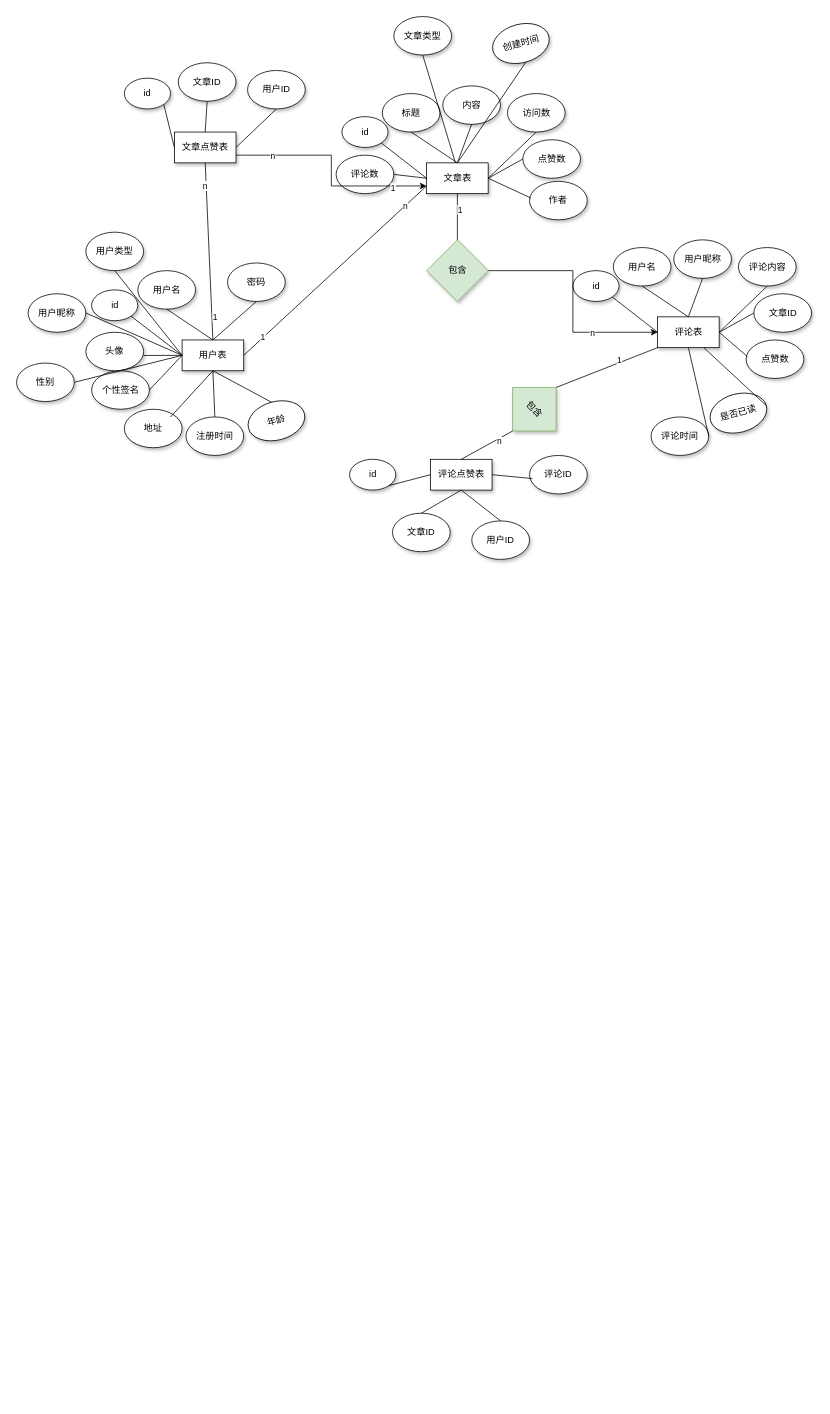
Earlier version of the draw.io diagram Untitled Diagram.drawio (luodr/fly). Source tidied: cells renumbered, new cells numbered last; positions are measured from the earlier drawing's top-left corner, leaving out a move shared by most shapes. Both pictures are drawn from the tidied source at 77%, with x=0, y=0 at pixel (16, 16).
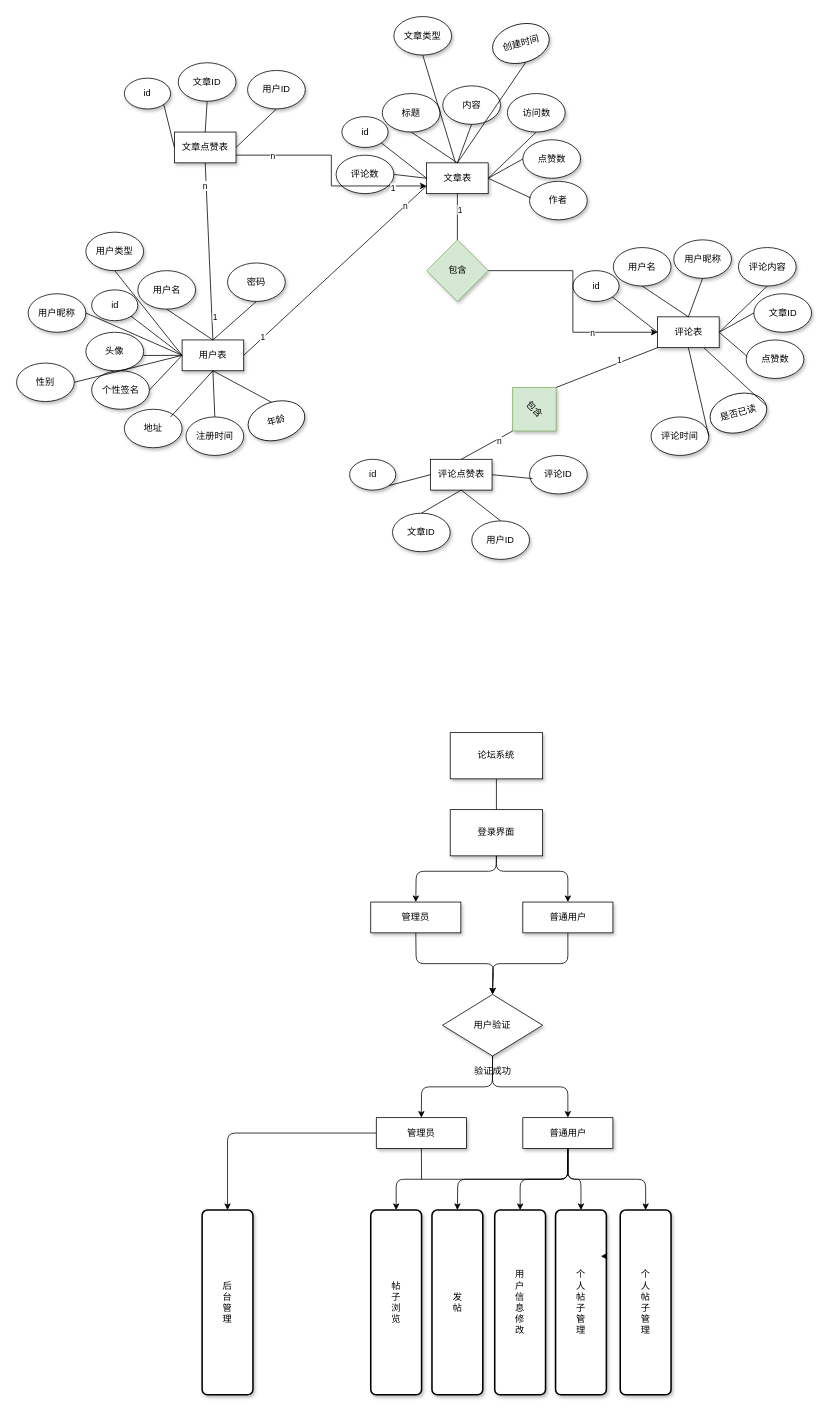
Above is the later version.

Diff of the diagram source:
```diff
@@
+    <mxCell id="96" value="论坛系统" style="rounded=0;whiteSpace=wrap;html=1;shadow=1;" parent="1" vertex="1">
+      <mxGeometry x="563.2" y="930" width="120" height="60" as="geometry" />
+    </mxCell>
+    <mxCell id="97" value="登录界面" style="rounded=0;whiteSpace=wrap;html=1;shadow=1;" parent="1" vertex="1">
+      <mxGeometry x="563.2" y="1030" width="120" height="60" as="geometry" />
+    </mxCell>
+    <mxCell id="98" value="管理员" style="rounded=0;whiteSpace=wrap;html=1;shadow=1;" parent="1" vertex="1">
+      <mxGeometry x="460" y="1150" width="117" height="40" as="geometry" />
+    </mxCell>
+    <mxCell id="99" value="普通用户" style="rounded=0;whiteSpace=wrap;html=1;shadow=1;" parent="1" vertex="1">
+      <mxGeometry x="657.5" y="1150" width="117" height="40" as="geometry" />
+    </mxCell>
+    <mxCell id="100" value="用户验证" style="rhombus;whiteSpace=wrap;html=1;shadow=1;" parent="1" vertex="1">
+      <mxGeometry x="553.2" y="1270" width="130" height="80" as="geometry" />
+    </mxCell>
+    <mxCell id="101" style="endArrow=classic;html=1;exitX=0.5;exitY=1;exitDx=0;exitDy=0;entryX=0.5;entryY=0;entryDx=0;entryDy=0;" parent="1" edge="1" source="98" target="100">
+      <mxGeometry relative="1" as="geometry">
+        <Array as="points">
+          <mxPoint x="519" y="1230" />
+          <mxPoint x="620" y="1230" />
+        </Array>
+      </mxGeometry>
+    </mxCell>
+    <mxCell id="102" style="endArrow=classic;html=1;exitX=0.5;exitY=1;exitDx=0;exitDy=0;entryX=0.5;entryY=0;entryDx=0;entryDy=0;" parent="1" edge="1" source="99" target="100">
+      <mxGeometry relative="1" as="geometry">
+        <Array as="points">
+          <mxPoint x="716" y="1230" />
+          <mxPoint x="618" y="1230" />
+        </Array>
+      </mxGeometry>
+    </mxCell>
+    <mxCell id="103" style="endArrow=classic;html=1;exitX=0.5;exitY=1;exitDx=0;exitDy=0;entryX=0.5;entryY=0;entryDx=0;entryDy=0;" parent="1" edge="1" source="97" target="98">
+      <mxGeometry relative="1" as="geometry">
+        <Array as="points">
+          <mxPoint x="623" y="1110" />
+          <mxPoint x="519" y="1110" />
+        </Array>
+      </mxGeometry>
+    </mxCell>
+    <mxCell id="104" style="endArrow=classic;html=1;exitX=0.5;exitY=1;exitDx=0;exitDy=0;entryX=0.5;entryY=0;entryDx=0;entryDy=0;" parent="1" edge="1" source="97" target="99">
+      <mxGeometry relative="1" as="geometry">
+        <Array as="points">
+          <mxPoint x="623" y="1110" />
+          <mxPoint x="716" y="1110" />
+        </Array>
+      </mxGeometry>
+    </mxCell>
+    <mxCell id="105" value="管理员" style="rounded=0;whiteSpace=wrap;html=1;shadow=1;" parent="1" vertex="1">
+      <mxGeometry x="467.2" y="1430" width="117" height="40" as="geometry" />
+    </mxCell>
+    <mxCell id="106" value="普通用户" style="rounded=0;whiteSpace=wrap;html=1;shadow=1;" parent="1" vertex="1">
+      <mxGeometry x="657.5" y="1430" width="117" height="40" as="geometry" />
+    </mxCell>
+    <mxCell id="107" style="endArrow=classic;html=1;exitX=0.5;exitY=1;exitDx=0;exitDy=0;entryX=0.5;entryY=0;entryDx=0;entryDy=0;" parent="1" edge="1" source="100" target="105">
+      <mxGeometry relative="1" as="geometry">
+        <Array as="points">
+          <mxPoint x="618" y="1390" />
+          <mxPoint x="526" y="1390" />
+        </Array>
+      </mxGeometry>
+    </mxCell>
+    <mxCell id="108" style="endArrow=classic;html=1;entryX=0.5;entryY=0;entryDx=0;entryDy=0;exitX=0.5;exitY=1;exitDx=0;exitDy=0;" parent="1" edge="1" source="100" target="106">
+      <mxGeometry relative="1" as="geometry">
+        <Array as="points">
+          <mxPoint x="618" y="1390" />
+          <mxPoint x="716" y="1390" />
+        </Array>
+      </mxGeometry>
+    </mxCell>
+    <mxCell id="109" value="验证成功" style="text;html=1;strokeColor=none;fillColor=none;align=center;verticalAlign=middle;whiteSpace=wrap;rounded=0;shadow=1;strokeWidth=5;" parent="1" vertex="1">
+      <mxGeometry x="567" y="1360" width="102.5" height="20" as="geometry" />
+    </mxCell>
+    <mxCell id="110" value="后&lt;br&gt;台&lt;br&gt;管&lt;br&gt;理" style="rounded=1;whiteSpace=wrap;html=1;absoluteArcSize=1;arcSize=14;strokeWidth=2;shadow=1;" parent="1" vertex="1">
+      <mxGeometry x="241" y="1550" width="66" height="240" as="geometry" />
+    </mxCell>
+    <mxCell id="111" value="帖&lt;br&gt;子&lt;br&gt;浏&lt;br&gt;览" style="rounded=1;whiteSpace=wrap;html=1;absoluteArcSize=1;arcSize=14;strokeWidth=2;shadow=1;" parent="1" vertex="1">
+      <mxGeometry x="460" y="1550" width="66" height="240" as="geometry" />
+    </mxCell>
+    <mxCell id="112" value="发&lt;br&gt;帖" style="rounded=1;whiteSpace=wrap;html=1;absoluteArcSize=1;arcSize=14;strokeWidth=2;shadow=1;" parent="1" vertex="1">
+      <mxGeometry x="539.5" y="1550" width="66" height="240" as="geometry" />
+    </mxCell>
+    <mxCell id="113" value="用&lt;br&gt;户&lt;br&gt;信&lt;br&gt;息&lt;br&gt;修&lt;br&gt;改" style="rounded=1;whiteSpace=wrap;html=1;absoluteArcSize=1;arcSize=14;strokeWidth=2;shadow=1;" parent="1" vertex="1">
+      <mxGeometry x="621" y="1550" width="66" height="240" as="geometry" />
+    </mxCell>
+    <mxCell id="114" value="个&lt;br&gt;人&lt;br&gt;帖&lt;br&gt;子&lt;br&gt;管&lt;br&gt;理" style="rounded=1;whiteSpace=wrap;html=1;absoluteArcSize=1;arcSize=14;strokeWidth=2;shadow=1;" parent="1" vertex="1">
+      <mxGeometry x="700" y="1550" width="66" height="240" as="geometry" />
+    </mxCell>
+    <mxCell id="115" style="edgeStyle=orthogonalEdgeStyle;rounded=0;orthogonalLoop=1;jettySize=auto;html=1;exitX=1;exitY=0.25;exitDx=0;exitDy=0;entryX=0.89;entryY=0.25;entryDx=0;entryDy=0;entryPerimeter=0;" parent="1" edge="1" source="114" target="114">
+      <mxGeometry relative="1" as="geometry" />
+    </mxCell>
+    <mxCell id="116" value="个&lt;br&gt;人&lt;br&gt;帖&lt;br&gt;子&lt;br&gt;管&lt;br&gt;理" style="rounded=1;whiteSpace=wrap;html=1;absoluteArcSize=1;arcSize=14;strokeWidth=2;shadow=1;" parent="1" vertex="1">
+      <mxGeometry x="784" y="1550" width="66" height="240" as="geometry" />
+    </mxCell>
+    <mxCell id="117" style="endArrow=classic;html=1;exitX=0;exitY=0.5;exitDx=0;exitDy=0;entryX=0.5;entryY=0;entryDx=0;entryDy=0;" parent="1" edge="1" source="105" target="110">
+      <mxGeometry relative="1" as="geometry">
+        <Array as="points">
+          <mxPoint x="274" y="1450" />
+        </Array>
+      </mxGeometry>
+    </mxCell>
+    <mxCell id="118" style="endArrow=classic;html=1;entryX=0.5;entryY=0;entryDx=0;entryDy=0;exitX=0.5;exitY=1;exitDx=0;exitDy=0;" parent="1" edge="1" source="106" target="116">
+      <mxGeometry relative="1" as="geometry">
+        <Array as="points">
+          <mxPoint x="716" y="1510" />
+          <mxPoint x="817" y="1510" />
+        </Array>
+      </mxGeometry>
+    </mxCell>
+    <mxCell id="119" style="endArrow=classic;html=1;exitX=0.5;exitY=1;exitDx=0;exitDy=0;entryX=0.5;entryY=0;entryDx=0;entryDy=0;" parent="1" edge="1" source="106" target="114">
+      <mxGeometry relative="1" as="geometry">
+        <Array as="points">
+          <mxPoint x="716" y="1510" />
+          <mxPoint x="733" y="1510" />
+        </Array>
+      </mxGeometry>
+    </mxCell>
+    <mxCell id="120" style="endArrow=classic;html=1;exitX=0.5;exitY=1;exitDx=0;exitDy=0;entryX=0.5;entryY=0;entryDx=0;entryDy=0;" parent="1" edge="1" source="106" target="113">
+      <mxGeometry relative="1" as="geometry">
+        <Array as="points">
+          <mxPoint x="716" y="1510" />
+          <mxPoint x="654" y="1510" />
+        </Array>
+      </mxGeometry>
+    </mxCell>
+    <mxCell id="121" style="endArrow=classic;html=1;exitX=0.5;exitY=1;exitDx=0;exitDy=0;entryX=0.5;entryY=0;entryDx=0;entryDy=0;" parent="1" edge="1" source="106" target="112">
+      <mxGeometry relative="1" as="geometry">
+        <Array as="points">
+          <mxPoint x="716" y="1510" />
+          <mxPoint x="573" y="1510" />
+        </Array>
+      </mxGeometry>
+    </mxCell>
+    <mxCell id="122" style="endArrow=classic;html=1;exitX=0.5;exitY=1;exitDx=0;exitDy=0;entryX=0.5;entryY=0;entryDx=0;entryDy=0;" parent="1" edge="1" source="106" target="111">
+      <mxGeometry relative="1" as="geometry">
+        <Array as="points">
+          <mxPoint x="716" y="1510" />
+          <mxPoint x="493" y="1510" />
+        </Array>
+      </mxGeometry>
+    </mxCell>
+    <mxCell id="123" style="endArrow=none;html=1;entryX=0.5;entryY=1;entryDx=0;entryDy=0;" parent="1" edge="1" target="105">
+      <mxGeometry relative="1" as="geometry">
+        <mxPoint x="526" y="1510" as="sourcePoint" />
+      </mxGeometry>
+    </mxCell>
+    <mxCell id="124" style="endArrow=none;html=1;exitX=0.5;exitY=1;exitDx=0;exitDy=0;entryX=0.5;entryY=0;entryDx=0;entryDy=0;" parent="1" edge="1" source="96" target="97">
+      <mxGeometry relative="1" as="geometry" />
+    </mxCell>
```
